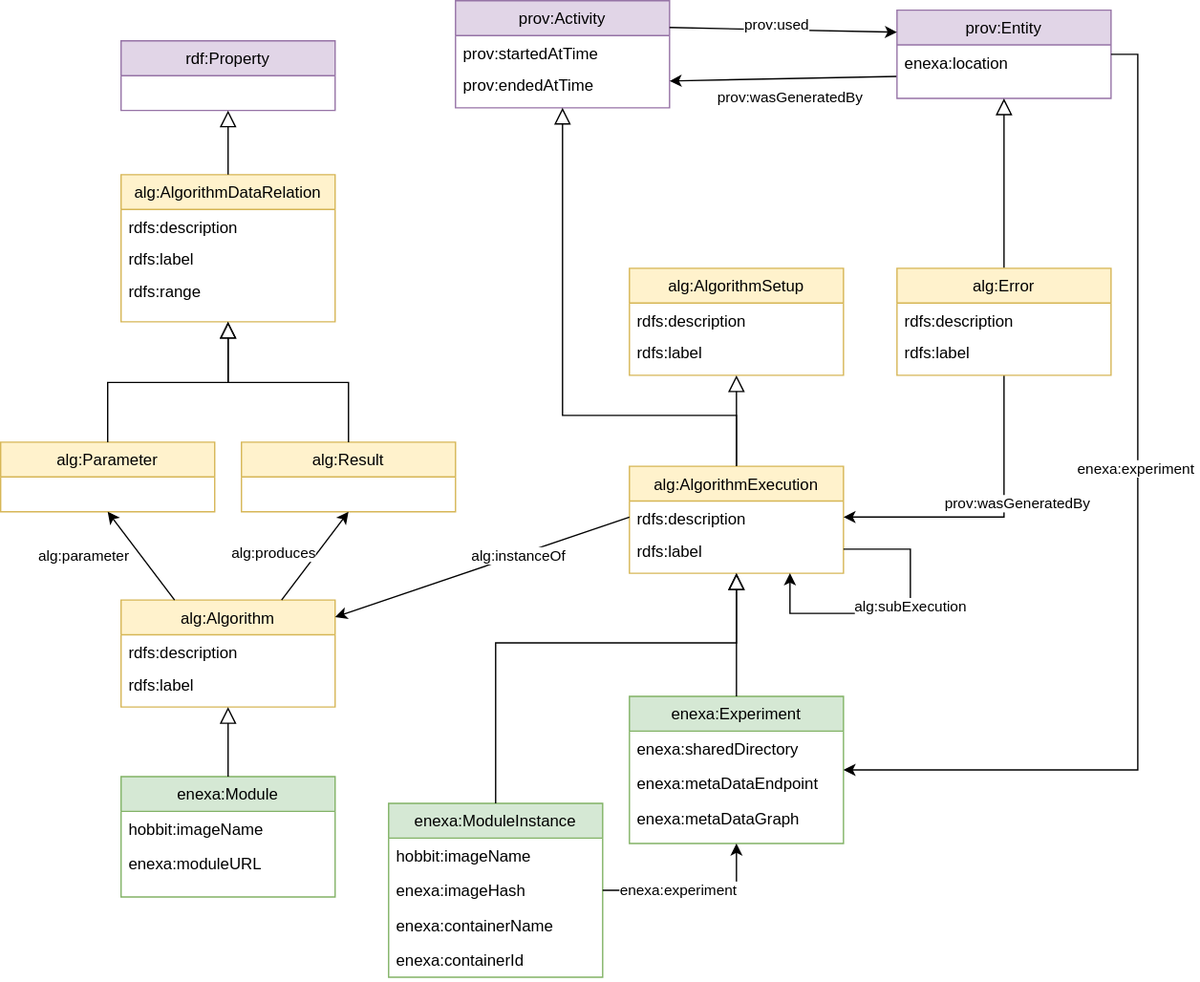
EnexaProject/documentation keeps this draw.io diagram as images/ENEXA-Ontology.svg. Above is the earlier version. Source tidied: cells renumbered, new cells last; positions are measured from the earlier drawing's top-left corner, leaving out a move shared by most shapes.
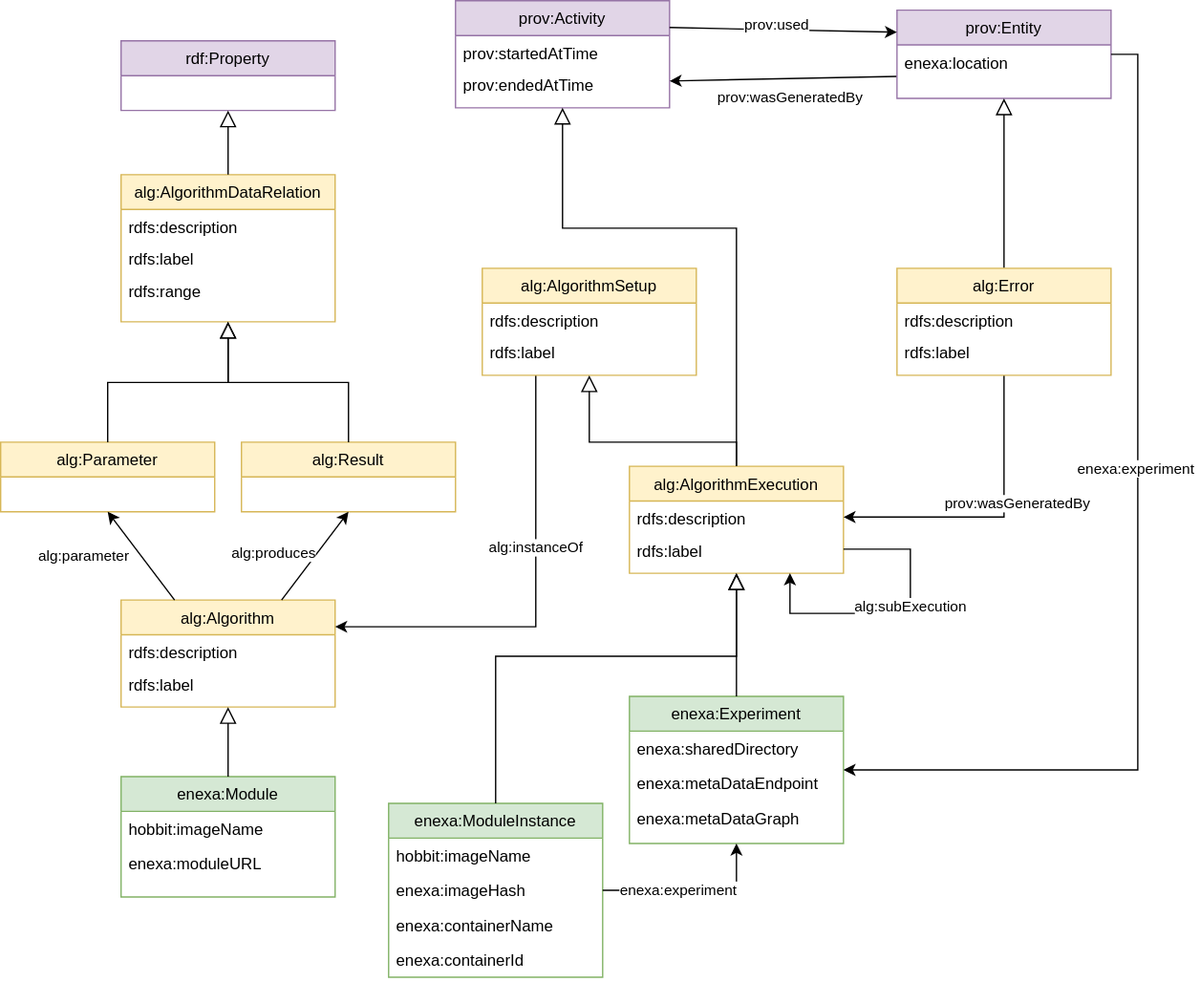
After the commit.

Commit message:
Updated the algorithm ontology.

The edit, as a diff of the source:
```diff
@@ -71,7 +71,7 @@
     <mxCell id="22" style="endArrow=block;endSize=10;endFill=0;shadow=0;strokeWidth=1;rounded=0;edgeStyle=elbowEdgeStyle;elbow=vertical;exitX=0.5;exitY=0;exitDx=0;exitDy=0;" parent="1" edge="1" source="25" target="2">
       <mxGeometry relative="1" as="geometry">
         <Array as="points">
-          <mxPoint x="420" y="310" />
+          <mxPoint x="420" y="170" />
         </Array>
       </mxGeometry>
     </mxCell>
@@ -102,8 +102,12 @@
     <mxCell id="29" value="alg:subExecution" style="edgeLabel;html=1;align=center;verticalAlign=middle;" parent="28" vertex="1">
       <mxGeometry x="-0.15" relative="1" as="geometry" />
     </mxCell>
-    <mxCell id="30" style="edgeStyle=none;rounded=0;jettySize=auto;html=1;exitX=0;exitY=0.5;exitDx=0;exitDy=0;" parent="1" edge="1" source="26" target="9">
-      <mxGeometry relative="1" as="geometry" />
+    <mxCell id="30" style="edgeStyle=none;rounded=0;jettySize=auto;html=1;entryX=1;entryY=0.25;entryDx=0;entryDy=0;exitX=0.25;exitY=1;exitDx=0;exitDy=0;" parent="1" edge="1" source="34" target="9">
+      <mxGeometry relative="1" as="geometry">
+        <Array as="points">
+          <mxPoint x="400" y="468" />
+        </Array>
+      </mxGeometry>
     </mxCell>
     <mxCell id="31" value="alg:instanceOf" style="edgeLabel;html=1;align=center;verticalAlign=middle;" parent="30" vertex="1">
       <mxGeometry x="-0.24" relative="1" as="geometry" />
@@ -115,7 +119,7 @@
       <mxGeometry relative="1" as="geometry" />
     </mxCell>
     <mxCell id="34" value="alg:AlgorithmSetup" style="swimlane;fontStyle=0;align=center;verticalAlign=top;horizontal=1;startSize=26;rounded=0;shadow=0;strokeWidth=1;fillColor=#fff2cc;strokeColor=#d6b656;" parent="1" vertex="1">
-      <mxGeometry x="470" y="200" width="160" height="80" as="geometry" />
+      <mxGeometry x="360" y="200" width="160" height="80" as="geometry" />
     </mxCell>
     <mxCell id="35" value="rdfs:description" style="text;align=left;verticalAlign=top;spacingLeft=4;spacingRight=4;overflow=hidden;" parent="34" vertex="1">
       <mxGeometry y="26" width="160" height="24" as="geometry" />
@@ -187,7 +191,7 @@
     <mxCell id="54" style="endArrow=block;endSize=10;endFill=0;shadow=0;strokeWidth=1;rounded=0;edgeStyle=elbowEdgeStyle;elbow=vertical;exitX=0.5;exitY=0;exitDx=0;exitDy=0;entryX=0.5;entryY=1;entryDx=0;entryDy=0;" parent="1" edge="1" source="47" target="25">
       <mxGeometry relative="1" as="geometry">
         <Array as="points">
-          <mxPoint x="460" y="480" />
+          <mxPoint x="460" y="490" />
         </Array>
       </mxGeometry>
     </mxCell>
```
